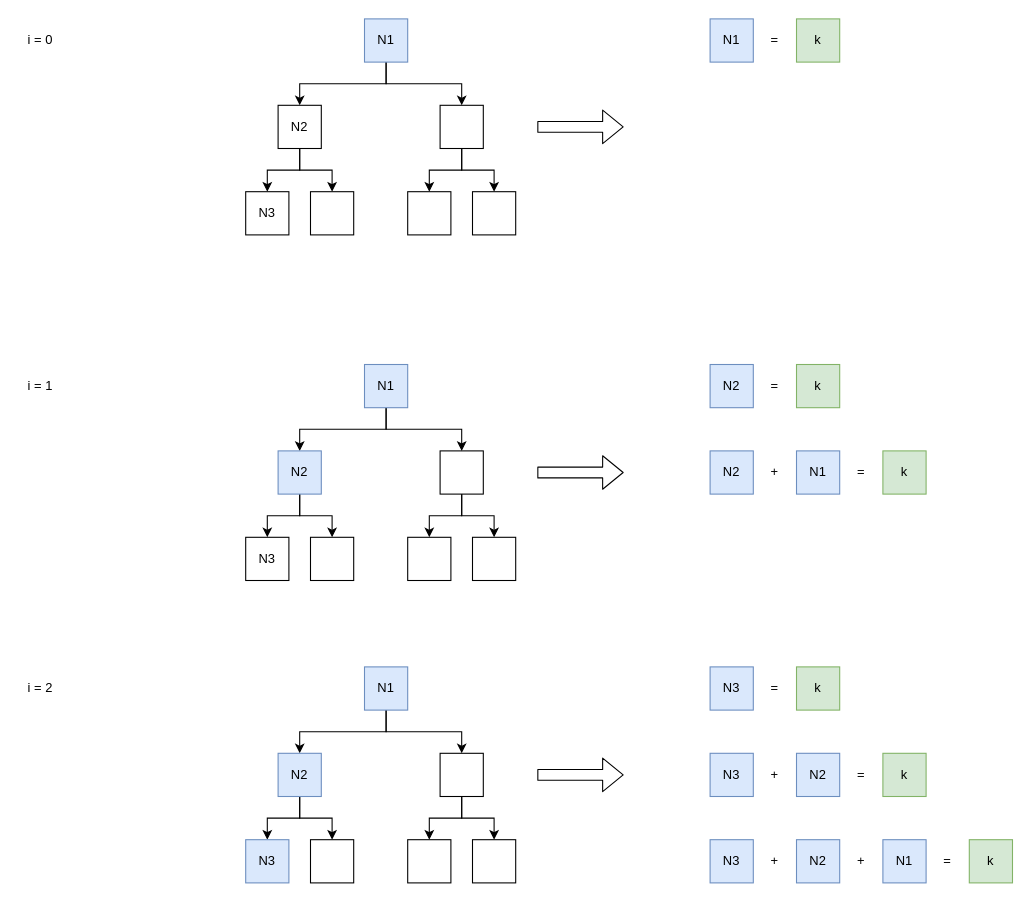
This is leetcode/path-sum-iii/PathSumIII.drawio from ledongthuc/notes, a draw.io file, before an edit. Source tidied: cells renumbered, new cells numbered last; positions are measured from the earlier drawing's top-left corner, leaving out a move shared by most shapes. Both pictures are drawn from the tidied source at 108%, with x=0, y=0 at pixel (18, 18).
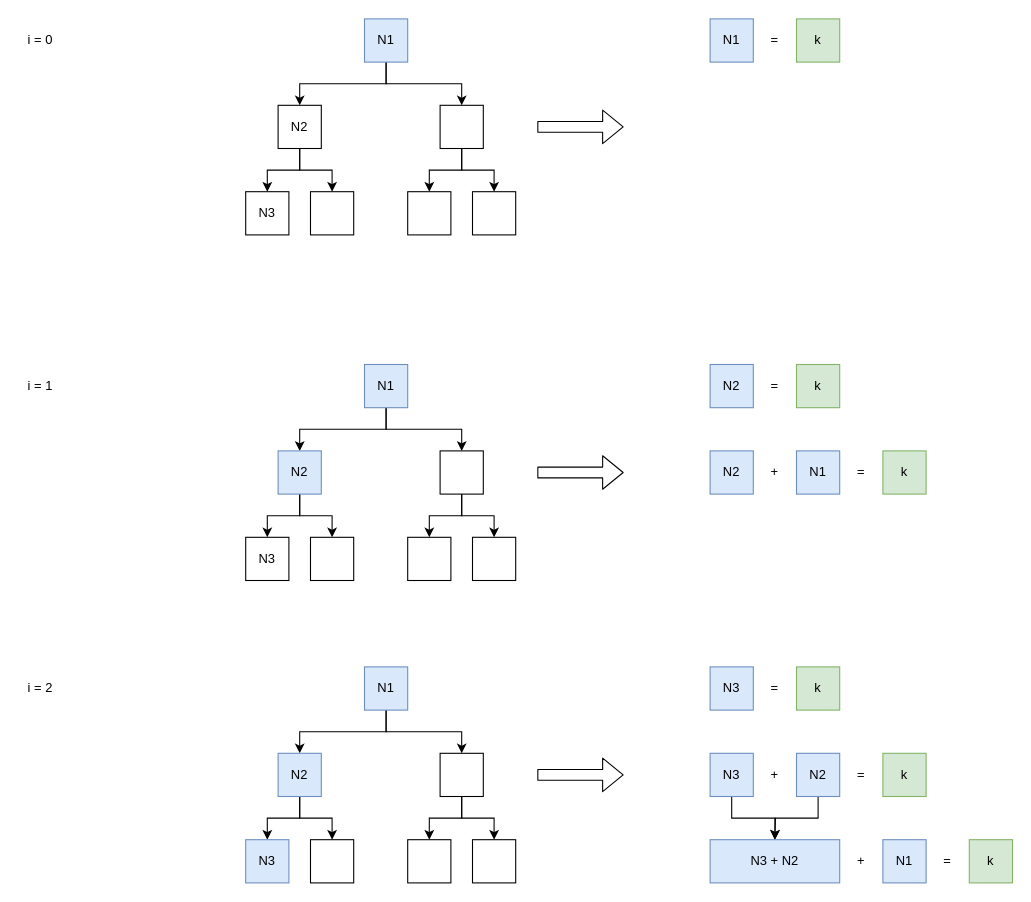
Above is the later version.

Commit message (it also covers changes not shown here):
Update leetcode path sum III

The change refers to these unchanged cells:
```xml
<mxCell id="61" value="N3" style="rounded=0;whiteSpace=wrap;html=1;fillColor=#dae8fc;strokeColor=#6c8ebf;" parent="1" vertex="1">
  <mxGeometry x="640" y="680" width="40" height="40" as="geometry" />
</mxCell>
<mxCell id="65" value="N2" style="rounded=0;whiteSpace=wrap;html=1;fillColor=#dae8fc;strokeColor=#6c8ebf;" parent="1" vertex="1">
  <mxGeometry x="720" y="680" width="40" height="40" as="geometry" />
</mxCell>
```

The edit, as a diff of the source:
```diff
@@
+    <mxCell id="73" style="edgeStyle=orthogonalEdgeStyle;rounded=0;jettySize=auto;html=1;exitX=0.5;exitY=1;exitDx=0;exitDy=0;entryX=0.5;entryY=0;entryDx=0;entryDy=0;" parent="1" edge="1" source="61" target="66">
+      <mxGeometry relative="1" as="geometry" />
+    </mxCell>
@@
+    <mxCell id="74" style="edgeStyle=orthogonalEdgeStyle;rounded=0;jettySize=auto;html=1;exitX=0.5;exitY=1;exitDx=0;exitDy=0;" parent="1" edge="1" source="65">
+      <mxGeometry relative="1" as="geometry">
+        <mxPoint x="700" y="760" as="targetPoint" />
+      </mxGeometry>
+    </mxCell>
@@
-    <mxCell id="66" value="N3" style="rounded=0;whiteSpace=wrap;html=1;fillColor=#dae8fc;strokeColor=#6c8ebf;" parent="1" vertex="1">
-      <mxGeometry x="640" y="760" width="40" height="40" as="geometry" />
+    <mxCell id="66" value="N3 + N2" style="rounded=0;whiteSpace=wrap;html=1;fillColor=#dae8fc;strokeColor=#6c8ebf;" parent="1" vertex="1">
+      <mxGeometry x="640" y="760" width="120" height="40" as="geometry" />
     </mxCell>
@@
-    <mxCell id="69" value="+" style="text;html=1;strokeColor=none;fillColor=none;align=center;verticalAlign=middle;whiteSpace=wrap;rounded=0;" parent="1" vertex="1">
-      <mxGeometry x="680" y="770" width="40" height="20" as="geometry" />
-    </mxCell>
-    <mxCell id="70" value="N2" style="rounded=0;whiteSpace=wrap;html=1;fillColor=#dae8fc;strokeColor=#6c8ebf;" parent="1" vertex="1">
-      <mxGeometry x="720" y="760" width="40" height="40" as="geometry" />
-    </mxCell>
```
